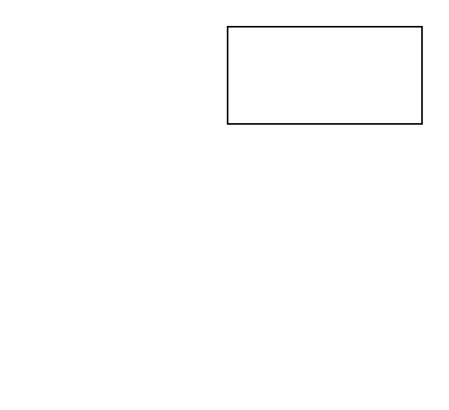
geekyome/draw keeps this draw.io diagram as essai.drawio. Above is the earlier version. Source tidied: cells renumbered, new cells numbered last; positions are measured from the earlier drawing's top-left corner, leaving out a move shared by most shapes. Both pictures are drawn from the tidied source at 162%, with x=0, y=0 at pixel (227, 26).
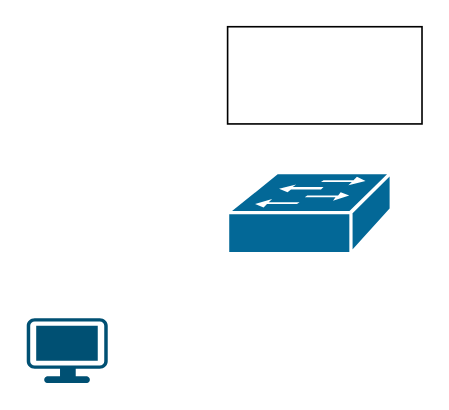
The same page after the edit.

Commit message (it also covers changes not shown here):
Mettre à jour essai.drawio

Change to the diagram source:
```diff
@@
 <mxGraphModel>
   <root>
     <mxCell id="0" />
     <mxCell id="1" parent="0" />
     <mxCell id="2" style="rounded=0;whiteSpace=wrap;html=1;" parent="1" vertex="1">
       <mxGeometry width="120" height="60" as="geometry" />
     </mxCell>
+    <mxCell id="3" style="shape=mxgraph.cisco.switches.workgroup_switch;sketch=0;html=1;dashed=0;fillColor=#036897;strokeColor=#ffffff;strokeWidth=2;verticalLabelPosition=bottom;verticalAlign=top;align=center;" parent="1" vertex="1">
+      <mxGeometry y="90" width="101" height="50" as="geometry" />
+    </mxCell>
+    <mxCell id="4" style="verticalLabelPosition=bottom;sketch=0;html=1;verticalAlign=top;align=center;shape=mxgraph.cisco19.workstation;fillColor=#005073;strokeColor=none;" parent="1" vertex="1">
+      <mxGeometry x="-124" y="180" width="50" height="40" as="geometry" />
+    </mxCell>
   </root>
 </mxGraphModel>
```
